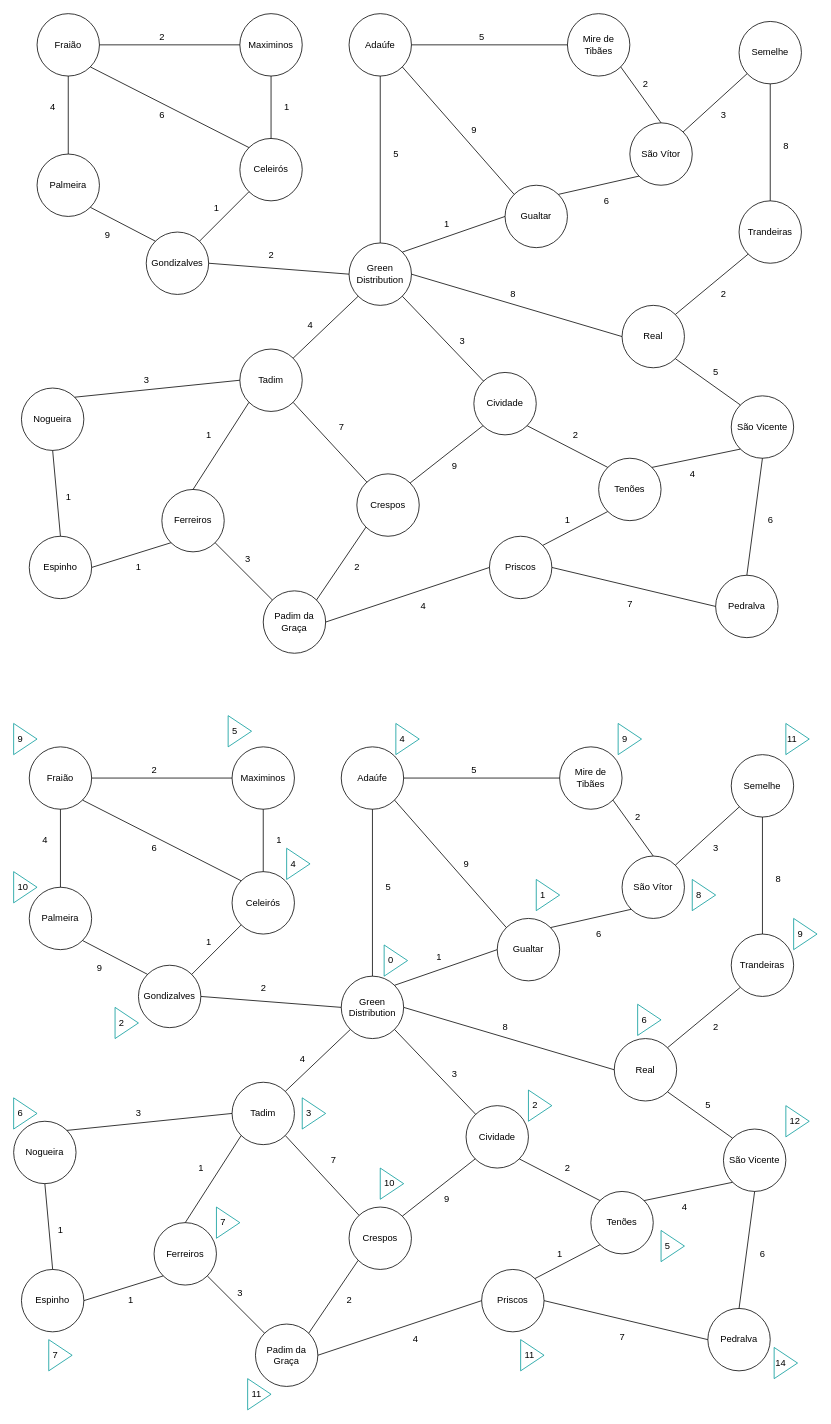
The draw.io diagram 2ª Fase/F2-GD-grafo.drawio in srcast/IA-2122, before the edit. Source tidied: cells renumbered, new cells numbered last; positions are measured from the earlier drawing's top-left corner, leaving out a move shared by most shapes. Both pictures are drawn from the tidied source at 78%, with x=0, y=0 at pixel (13, 13).
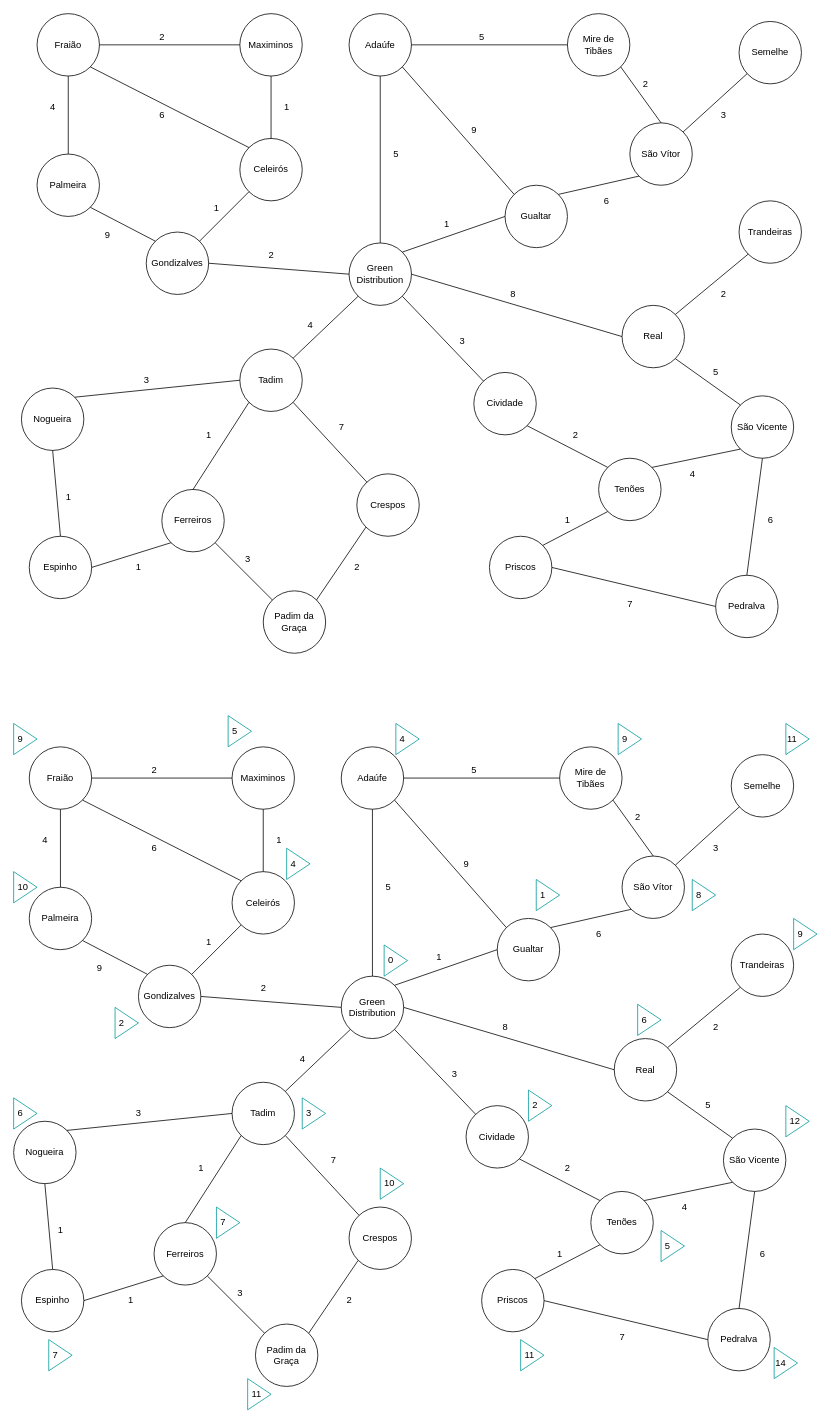
Above is the later version.

Unchanged cells that the change refers to:
```xml
<mxCell id="15" value="Trandeiras" style="ellipse;whiteSpace=wrap;html=1;" parent="1" vertex="1">
  <mxGeometry x="930" y="240" width="80" height="80" as="geometry" />
</mxCell>
<mxCell id="17" value="Semelhe" style="ellipse;whiteSpace=wrap;html=1;" parent="1" vertex="1">
  <mxGeometry x="930" y="10" width="80" height="80" as="geometry" />
</mxCell>
<mxCell id="21" value="Padim da Graça" style="ellipse;whiteSpace=wrap;html=1;" parent="1" vertex="1">
  <mxGeometry x="320" y="740" width="80" height="80" as="geometry" />
</mxCell>
<mxCell id="22" value="Crespos" style="ellipse;whiteSpace=wrap;html=1;" parent="1" vertex="1">
  <mxGeometry x="440" y="590" width="80" height="80" as="geometry" />
</mxCell>
<mxCell id="23" value="Priscos" style="ellipse;whiteSpace=wrap;html=1;" parent="1" vertex="1">
  <mxGeometry x="610" y="670" width="80" height="80" as="geometry" />
</mxCell>
<mxCell id="24" value="Cividade" style="ellipse;whiteSpace=wrap;html=1;" parent="1" vertex="1">
  <mxGeometry x="590" y="460" width="80" height="80" as="geometry" />
</mxCell>
<mxCell id="107" value="Trandeiras" style="ellipse;whiteSpace=wrap;html=1;" parent="1" vertex="1">
  <mxGeometry x="920" y="1180" width="80" height="80" as="geometry" />
</mxCell>
<mxCell id="109" value="Semelhe" style="ellipse;whiteSpace=wrap;html=1;" parent="1" vertex="1">
  <mxGeometry x="920" y="950" width="80" height="80" as="geometry" />
</mxCell>
<mxCell id="113" value="Padim da Graça" style="ellipse;whiteSpace=wrap;html=1;" parent="1" vertex="1">
  <mxGeometry x="310" y="1680" width="80" height="80" as="geometry" />
</mxCell>
<mxCell id="114" value="Crespos" style="ellipse;whiteSpace=wrap;html=1;" parent="1" vertex="1">
  <mxGeometry x="430" y="1530" width="80" height="80" as="geometry" />
</mxCell>
<mxCell id="115" value="Priscos" style="ellipse;whiteSpace=wrap;html=1;" parent="1" vertex="1">
  <mxGeometry x="600" y="1610" width="80" height="80" as="geometry" />
</mxCell>
<mxCell id="116" value="Cividade" style="ellipse;whiteSpace=wrap;html=1;" parent="1" vertex="1">
  <mxGeometry x="580" y="1400" width="80" height="80" as="geometry" />
</mxCell>
```

The edit, as a diff of the source:
```diff
@@
-    <mxCell id="38" style="endArrow=none;html=1;rounded=0;exitX=1;exitY=0;exitDx=0;exitDy=0;entryX=0;entryY=1;entryDx=0;entryDy=0;" parent="1" edge="1" source="22" target="24">
-      <mxGeometry relative="1" as="geometry" />
-    </mxCell>
@@
-    <mxCell id="46" style="endArrow=none;html=1;rounded=0;entryX=0.5;entryY=1;entryDx=0;entryDy=0;exitX=0.5;exitY=0;exitDx=0;exitDy=0;" parent="1" edge="1" source="15" target="17">
-      <mxGeometry relative="1" as="geometry" />
-    </mxCell>
@@
-    <mxCell id="73" value="8" style="text;html=1;align=center;verticalAlign=middle;strokeColor=none;fillColor=none;" parent="1" vertex="1">
-      <mxGeometry x="980" y="160" width="20" height="20" as="geometry" />
-    </mxCell>
@@
-    <mxCell id="82" value="9" style="text;html=1;align=center;verticalAlign=middle;strokeColor=none;fillColor=none;" parent="1" vertex="1">
-      <mxGeometry x="555" y="570" width="20" height="20" as="geometry" />
-    </mxCell>
@@
-    <mxCell id="91" style="endArrow=none;html=1;rounded=0;exitX=0;exitY=0.5;exitDx=0;exitDy=0;entryX=1;entryY=0.5;entryDx=0;entryDy=0;" parent="1" edge="1" source="23" target="21">
-      <mxGeometry relative="1" as="geometry" />
-    </mxCell>
-    <mxCell id="92" value="4" style="text;html=1;align=center;verticalAlign=middle;strokeColor=none;fillColor=none;" parent="1" vertex="1">
-      <mxGeometry x="515" y="750" width="20" height="20" as="geometry" />
-    </mxCell>
@@
-    <mxCell id="130" style="endArrow=none;html=1;rounded=0;exitX=1;exitY=0;exitDx=0;exitDy=0;entryX=0;entryY=1;entryDx=0;entryDy=0;" parent="1" edge="1" source="114" target="116">
-      <mxGeometry relative="1" as="geometry" />
-    </mxCell>
@@
-    <mxCell id="138" style="endArrow=none;html=1;rounded=0;entryX=0.5;entryY=1;entryDx=0;entryDy=0;exitX=0.5;exitY=0;exitDx=0;exitDy=0;" parent="1" edge="1" source="107" target="109">
-      <mxGeometry relative="1" as="geometry" />
-    </mxCell>
@@
-    <mxCell id="165" value="8" style="text;html=1;align=center;verticalAlign=middle;strokeColor=none;fillColor=none;" parent="1" vertex="1">
-      <mxGeometry x="970" y="1100" width="20" height="20" as="geometry" />
-    </mxCell>
@@
-    <mxCell id="174" value="9" style="text;html=1;align=center;verticalAlign=middle;strokeColor=none;fillColor=none;" parent="1" vertex="1">
-      <mxGeometry x="545" y="1510" width="20" height="20" as="geometry" />
-    </mxCell>
@@
-    <mxCell id="183" style="endArrow=none;html=1;rounded=0;exitX=0;exitY=0.5;exitDx=0;exitDy=0;entryX=1;entryY=0.5;entryDx=0;entryDy=0;" parent="1" edge="1" source="115" target="113">
-      <mxGeometry relative="1" as="geometry" />
-    </mxCell>
-    <mxCell id="184" value="4" style="text;html=1;align=center;verticalAlign=middle;strokeColor=none;fillColor=none;" parent="1" vertex="1">
-      <mxGeometry x="505" y="1690" width="20" height="20" as="geometry" />
-    </mxCell>
```
